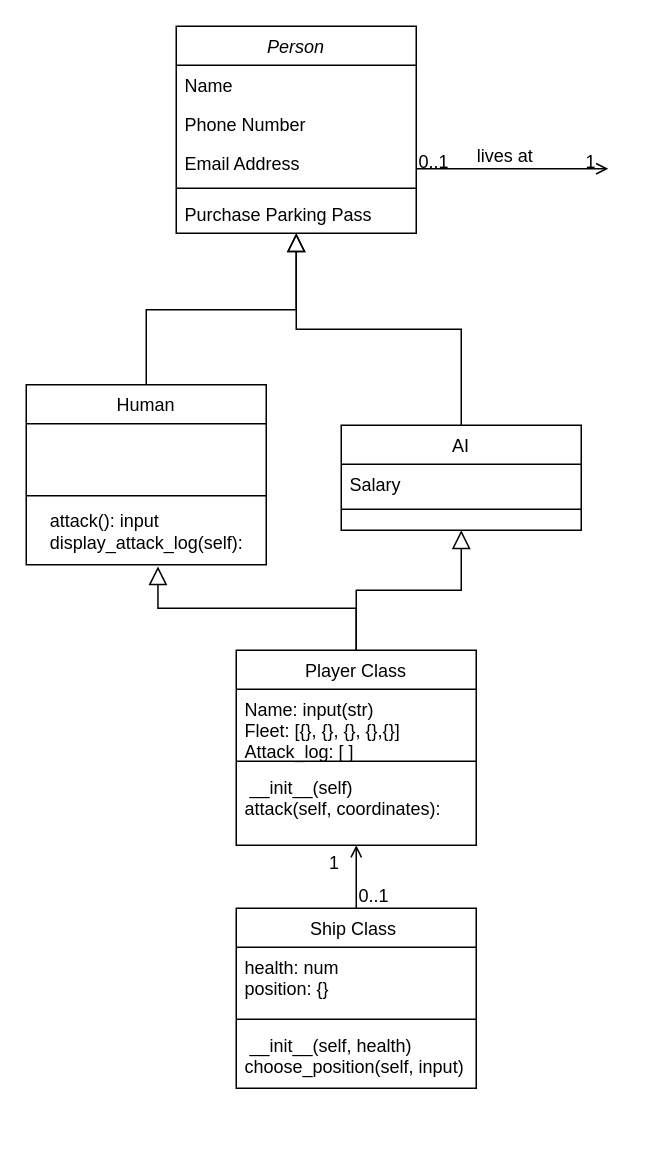
The draw.io diagram .drawio in aamrlyman/Battle-Ship-, before the edit. Source tidied: cells renumbered, new cells numbered last; positions are measured from the earlier drawing's top-left corner, leaving out a move shared by most shapes. Both pictures are drawn from the tidied source at 150%, with x=0, y=0 at pixel (26, 26).
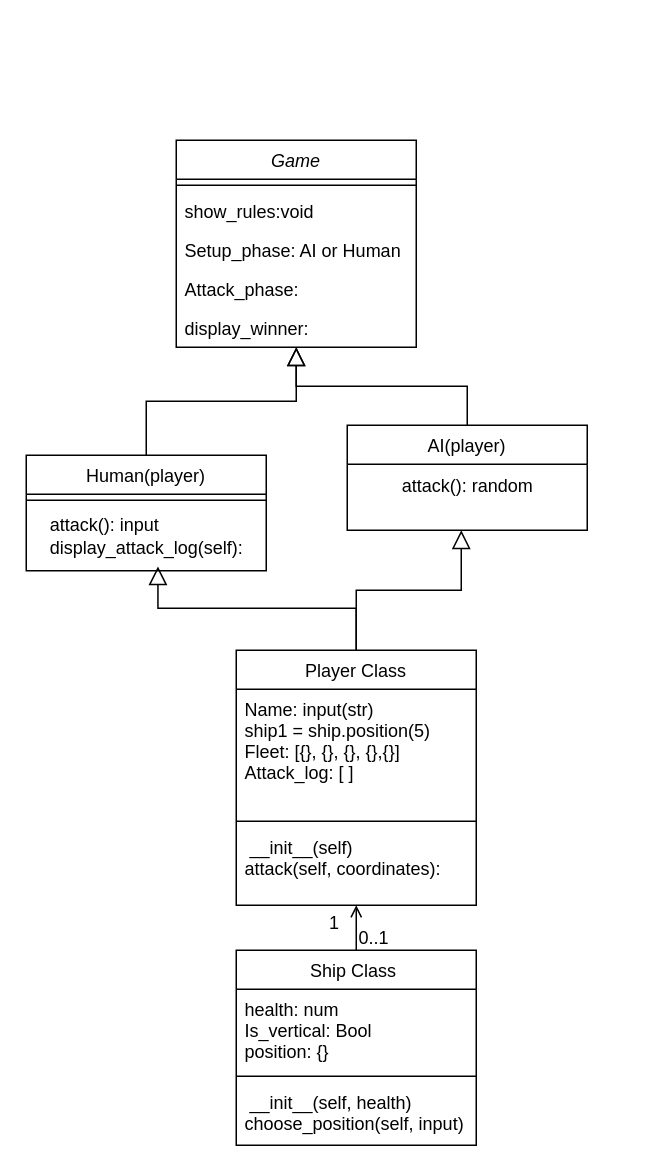
Above is the later version.

The edit, as a diff of the source:
```diff
@@
-    <mxCell id="2" value="Person" style="swimlane;fontStyle=2;align=center;verticalAlign=top;horizontal=1;startSize=26;rounded=0;shadow=0;strokeWidth=1;" parent="1" vertex="1">
-      <mxGeometry x="100" width="160" height="138" as="geometry" />
+    <mxCell id="2" value="Game" style="swimlane;fontStyle=2;align=center;verticalAlign=top;horizontal=1;startSize=26;rounded=0;shadow=0;strokeWidth=1;" parent="1" vertex="1">
+      <mxGeometry x="100" y="76" width="160" height="138" as="geometry" />
     </mxCell>
-    <mxCell id="3" value="Name" style="text;align=left;verticalAlign=top;spacingLeft=4;spacingRight=4;overflow=hidden;" parent="2" vertex="1">
-      <mxGeometry y="26" width="160" height="26" as="geometry" />
-    </mxCell>
-    <mxCell id="4" value="Phone Number" style="text;align=left;verticalAlign=top;spacingLeft=4;spacingRight=4;overflow=hidden;rounded=0;shadow=0;html=0;" parent="2" vertex="1">
-      <mxGeometry y="52" width="160" height="26" as="geometry" />
-    </mxCell>
+    <mxCell id="6" style="line;html=1;strokeWidth=1;align=left;verticalAlign=middle;spacingTop=-1;spacingLeft=3;spacingRight=3;labelPosition=right;" parent="2" vertex="1">
+      <mxGeometry y="26" width="160" height="8" as="geometry" />
+    </mxCell>
-    <mxCell id="5" value="Email Address" style="text;align=left;verticalAlign=top;spacingLeft=4;spacingRight=4;overflow=hidden;rounded=0;shadow=0;html=0;" parent="2" vertex="1">
-      <mxGeometry y="78" width="160" height="26" as="geometry" />
+    <mxCell id="5" value="show_rules:void&#10;" style="text;align=left;verticalAlign=top;spacingLeft=4;spacingRight=4;overflow=hidden;rounded=0;shadow=0;html=0;" parent="2" vertex="1">
+      <mxGeometry y="34" width="160" height="26" as="geometry" />
     </mxCell>
-    <mxCell id="6" style="line;html=1;strokeWidth=1;align=left;verticalAlign=middle;spacingTop=-1;spacingLeft=3;spacingRight=3;labelPosition=right;" parent="2" vertex="1">
-      <mxGeometry y="104" width="160" height="8" as="geometry" />
-    </mxCell>
-    <mxCell id="7" value="Purchase Parking Pass" style="text;align=left;verticalAlign=top;spacingLeft=4;spacingRight=4;overflow=hidden;" parent="2" vertex="1">
-      <mxGeometry y="112" width="160" height="26" as="geometry" />
-    </mxCell>
+    <mxCell id="34" value="Setup_phase: AI or Human&#10;" style="text;align=left;verticalAlign=top;spacingLeft=4;spacingRight=4;overflow=hidden;rounded=0;shadow=0;html=0;" parent="2" vertex="1">
+      <mxGeometry y="60" width="160" height="26" as="geometry" />
+    </mxCell>
+    <mxCell id="35" value="Attack_phase:" style="text;align=left;verticalAlign=top;spacingLeft=4;spacingRight=4;overflow=hidden;rounded=0;shadow=0;html=0;" parent="2" vertex="1">
+      <mxGeometry y="86" width="160" height="26" as="geometry" />
+    </mxCell>
+    <mxCell id="36" value="display_winner: " style="text;align=left;verticalAlign=top;spacingLeft=4;spacingRight=4;overflow=hidden;rounded=0;shadow=0;html=0;" parent="2" vertex="1">
+      <mxGeometry y="112" width="160" height="26" as="geometry" />
+    </mxCell>
-    <mxCell id="8" value="Human" style="swimlane;fontStyle=0;align=center;verticalAlign=top;horizontal=1;startSize=26;rounded=0;shadow=0;strokeWidth=1;" parent="1" vertex="1">
-      <mxGeometry y="239" width="160" height="120" as="geometry" />
+    <mxCell id="8" value="Human(player)" style="swimlane;fontStyle=0;align=center;verticalAlign=top;horizontal=1;startSize=26;rounded=0;shadow=0;strokeWidth=1;" parent="1" vertex="1">
+      <mxGeometry y="286" width="160" height="77" as="geometry" />
     </mxCell>
-    <mxCell id="9" value="&#10;" style="text;align=left;verticalAlign=top;spacingLeft=4;spacingRight=4;overflow=hidden;rounded=0;shadow=0;html=0;" parent="8" vertex="1">
-      <mxGeometry y="26" width="160" height="44" as="geometry" />
-    </mxCell>
     <mxCell id="10" style="line;html=1;strokeWidth=1;align=left;verticalAlign=middle;spacingTop=-1;spacingLeft=3;spacingRight=3;labelPosition=right;" parent="8" vertex="1">
-      <mxGeometry y="70" width="160" height="8" as="geometry" />
+      <mxGeometry y="26" width="160" height="8" as="geometry" />
     </mxCell>
     <mxCell id="11" value="&lt;div style=&quot;text-align: left;&quot;&gt;&lt;span style=&quot;background-color: initial;&quot;&gt;attack(): input&lt;/span&gt;&lt;/div&gt;&lt;span style=&quot;&quot;&gt;&lt;div style=&quot;text-align: left;&quot;&gt;&lt;span style=&quot;background-color: initial;&quot;&gt;display_attack_log(self):&lt;/span&gt;&lt;/div&gt;&lt;/span&gt;" style="text;html=1;align=center;verticalAlign=middle;strokeColor=none;fillColor=none;" parent="8" vertex="1">
-      <mxGeometry y="78" width="160" height="40" as="geometry" />
+      <mxGeometry y="34" width="160" height="40" as="geometry" />
     </mxCell>
@@
-    <mxCell id="13" value="AI" style="swimlane;fontStyle=0;align=center;verticalAlign=top;horizontal=1;startSize=26;rounded=0;shadow=0;strokeWidth=1;" parent="1" vertex="1">
-      <mxGeometry x="210" y="266" width="160" height="70" as="geometry" />
+    <mxCell id="13" value="AI(player)" style="swimlane;fontStyle=0;align=center;verticalAlign=top;horizontal=1;startSize=26;rounded=0;shadow=0;strokeWidth=1;" parent="1" vertex="1">
+      <mxGeometry x="214" y="266" width="160" height="70" as="geometry" />
     </mxCell>
-    <mxCell id="14" value="Salary" style="text;align=left;verticalAlign=top;spacingLeft=4;spacingRight=4;overflow=hidden;" parent="13" vertex="1">
-      <mxGeometry y="26" width="160" height="26" as="geometry" />
-    </mxCell>
-    <mxCell id="15" style="line;html=1;strokeWidth=1;align=left;verticalAlign=middle;spacingTop=-1;spacingLeft=3;spacingRight=3;labelPosition=right;" parent="13" vertex="1">
-      <mxGeometry y="52" width="160" height="8" as="geometry" />
-    </mxCell>
+    <mxCell id="37" value="&lt;div style=&quot;text-align: left;&quot;&gt;&lt;span style=&quot;background-color: initial;&quot;&gt;attack(): random&lt;/span&gt;&lt;/div&gt;" style="text;html=1;align=center;verticalAlign=middle;strokeColor=none;fillColor=none;" parent="13" vertex="1">
+      <mxGeometry y="26" width="160" height="30" as="geometry" />
+    </mxCell>
@@
-    <mxCell id="17" style="endArrow=open;shadow=0;strokeWidth=1;rounded=0;endFill=1;edgeStyle=elbowEdgeStyle;elbow=vertical;" parent="1" edge="1" source="2">
-      <mxGeometry x="0.5" y="41" relative="1" as="geometry">
-        <mxPoint x="388" y="95" as="targetPoint" />
-        <mxPoint x="-40" y="32" as="offset" />
-      </mxGeometry>
-    </mxCell>
-    <mxCell id="18" value="0..1" style="align=left;verticalAlign=bottom;labelBackgroundColor=none;fontSize=12;" parent="17" vertex="1">
-      <mxGeometry x="-1" relative="1" as="geometry">
-        <mxPoint y="4" as="offset" />
-      </mxGeometry>
-    </mxCell>
-    <mxCell id="19" value="1" style="align=right;verticalAlign=bottom;labelBackgroundColor=none;fontSize=12;" parent="17" vertex="1">
-      <mxGeometry x="1" relative="1" as="geometry">
-        <mxPoint x="-7" y="4" as="offset" />
-      </mxGeometry>
-    </mxCell>
-    <mxCell id="20" value="lives at" style="text;html=1;align=center;verticalAlign=middle;labelBackgroundColor=none;rounded=0;shadow=0;strokeWidth=1;fontSize=12;" parent="17" vertex="1">
-      <mxGeometry x="0.5" y="49" relative="1" as="geometry">
-        <mxPoint x="-38" y="40" as="offset" />
-      </mxGeometry>
-    </mxCell>
     <mxCell id="21" value="Ship Class " style="swimlane;fontStyle=0;align=center;verticalAlign=top;horizontal=1;startSize=26;rounded=0;shadow=0;strokeWidth=1;" parent="1" vertex="1">
-      <mxGeometry x="140" y="588" width="160" height="120" as="geometry" />
+      <mxGeometry x="140" y="616" width="160" height="130" as="geometry" />
     </mxCell>
-    <mxCell id="22" value="health: num&#10;position: {}&#10;&#10;" style="text;align=left;verticalAlign=top;spacingLeft=4;spacingRight=4;overflow=hidden;rounded=0;shadow=0;html=0;" parent="21" vertex="1">
-      <mxGeometry y="26" width="160" height="44" as="geometry" />
+    <mxCell id="22" value="health: num&#10;Is_vertical: Bool&#10;position: {}&#10;&#10;" style="text;align=left;verticalAlign=top;spacingLeft=4;spacingRight=4;overflow=hidden;rounded=0;shadow=0;html=0;" parent="21" vertex="1">
+      <mxGeometry y="26" width="160" height="54" as="geometry" />
     </mxCell>
     <mxCell id="23" style="line;html=1;strokeWidth=1;align=left;verticalAlign=middle;spacingTop=-1;spacingLeft=3;spacingRight=3;labelPosition=right;" parent="21" vertex="1">
-      <mxGeometry y="70" width="160" height="8" as="geometry" />
+      <mxGeometry y="80" width="160" height="8" as="geometry" />
     </mxCell>
     <mxCell id="24" value=" __init__(self, health)&#10;choose_position(self, input)" style="text;align=left;verticalAlign=top;spacingLeft=4;spacingRight=4;overflow=hidden;" parent="21" vertex="1">
-      <mxGeometry y="78" width="160" height="42" as="geometry" />
+      <mxGeometry y="88" width="160" height="42" as="geometry" />
     </mxCell>
     <mxCell id="25" value="Player Class" style="swimlane;fontStyle=0;align=center;verticalAlign=top;horizontal=1;startSize=26;rounded=0;shadow=0;strokeWidth=1;" parent="1" vertex="1">
-      <mxGeometry x="140" y="416" width="160" height="130" as="geometry" />
+      <mxGeometry x="140" y="416" width="160" height="170" as="geometry" />
     </mxCell>
-    <mxCell id="26" value="Name: input(str)&#10;Fleet: [{}, {}, {}, {},{}]&#10;Attack_log: [ ]&#10;" style="text;align=left;verticalAlign=top;spacingLeft=4;spacingRight=4;overflow=hidden;rounded=0;shadow=0;html=0;" parent="25" vertex="1">
-      <mxGeometry y="26" width="160" height="44" as="geometry" />
+    <mxCell id="26" value="Name: input(str)&#10;ship1 = ship.position(5)&#10;Fleet: [{}, {}, {}, {},{}]&#10;Attack_log: [ ]" style="text;align=left;verticalAlign=top;spacingLeft=4;spacingRight=4;overflow=hidden;rounded=0;shadow=0;html=0;" parent="25" vertex="1">
+      <mxGeometry y="26" width="160" height="84" as="geometry" />
     </mxCell>
     <mxCell id="27" style="line;html=1;strokeWidth=1;align=left;verticalAlign=middle;spacingTop=-1;spacingLeft=3;spacingRight=3;labelPosition=right;" parent="25" vertex="1">
-      <mxGeometry y="70" width="160" height="8" as="geometry" />
+      <mxGeometry y="110" width="160" height="8" as="geometry" />
     </mxCell>
     <mxCell id="28" value=" __init__(self)&#10;attack(self, coordinates):&#10;  &#10;" style="text;align=left;verticalAlign=top;spacingLeft=4;spacingRight=4;overflow=hidden;" parent="25" vertex="1">
-      <mxGeometry y="78" width="160" height="42" as="geometry" />
+      <mxGeometry y="118" width="160" height="42" as="geometry" />
     </mxCell>
@@
-    <mxCell id="31" style="endArrow=open;shadow=0;strokeWidth=1;rounded=0;endFill=1;edgeStyle=elbowEdgeStyle;elbow=vertical;exitX=0.5;exitY=0;exitDx=0;exitDy=0;" parent="1" edge="1" source="21">
+    <mxCell id="31" style="endArrow=open;shadow=0;strokeWidth=1;rounded=0;endFill=1;edgeStyle=elbowEdgeStyle;elbow=vertical;exitX=0.5;exitY=0;exitDx=0;exitDy=0;entryX=0.5;entryY=1;entryDx=0;entryDy=0;" parent="1" edge="1" source="21" target="25">
       <mxGeometry x="0.5" y="41" relative="1" as="geometry">
-        <mxPoint x="220" y="546" as="targetPoint" />
-        <Array as="points">
-          <mxPoint x="40" y="568" />
-        </Array>
         <mxPoint x="-40" y="32" as="offset" />
       </mxGeometry>
     </mxCell>
```
